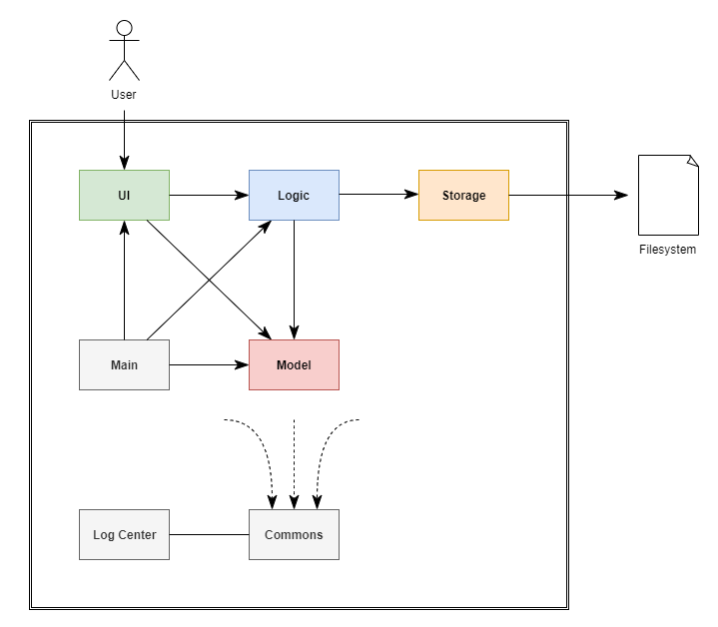
This is docs/images/ArchitectureDiagram.PNG from nus-cs2113-AY1920S2/tp, a PlantUML export, as it was before one commit. Its source is kept beside it as docs/UML/ArchitectureDiagram.puml.
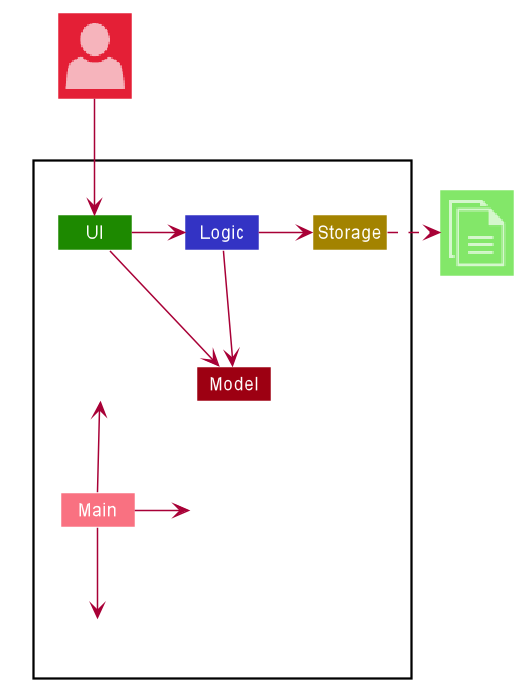
The same diagram one commit later.

Commit message:
Update UML diagrams

What changed in the source:
```diff
@@ -10,13 +10,9 @@
     Class Storage STORAGE_COLOR
     Class Model MODEL_COLOR
     Class Main MODEL_COLOR_T1
-    Class Commons LOGIC_COLOR_T2
-    Class "Log Center" as Logs UI_COLOR_T2
     Class Hidden #FFFFFF
     Class HiddenUI #FFFFFF
     Class HiddenModel #FFFFFF
-
-
 }
 Class "<$user>" as User MODEL_COLOR_T2
 Class "<$documents>" as File UI_COLOR_T1
@@ -24,19 +20,14 @@
 
 HiddenUI -up[hidden]-> UI
 HiddenModel -left[hidden]-> Model
-Main -up-> UI
-Main -left-> Model
-Main -up-> Logic
+Main -up-> HiddenUI
+Main -left-> HiddenModel
 UI -> Logic
 UI -right-> Model
 Logic -> Storage
 Logic -down-> Model
 
-Logs -right- Commons
-Hidden .down.> Commons
-Hidden .down.> Commons
-Hidden .down.> Commons
-
 Storage .right.>File
 User --> UI
+Main --> Hidden
 @enduml
```
